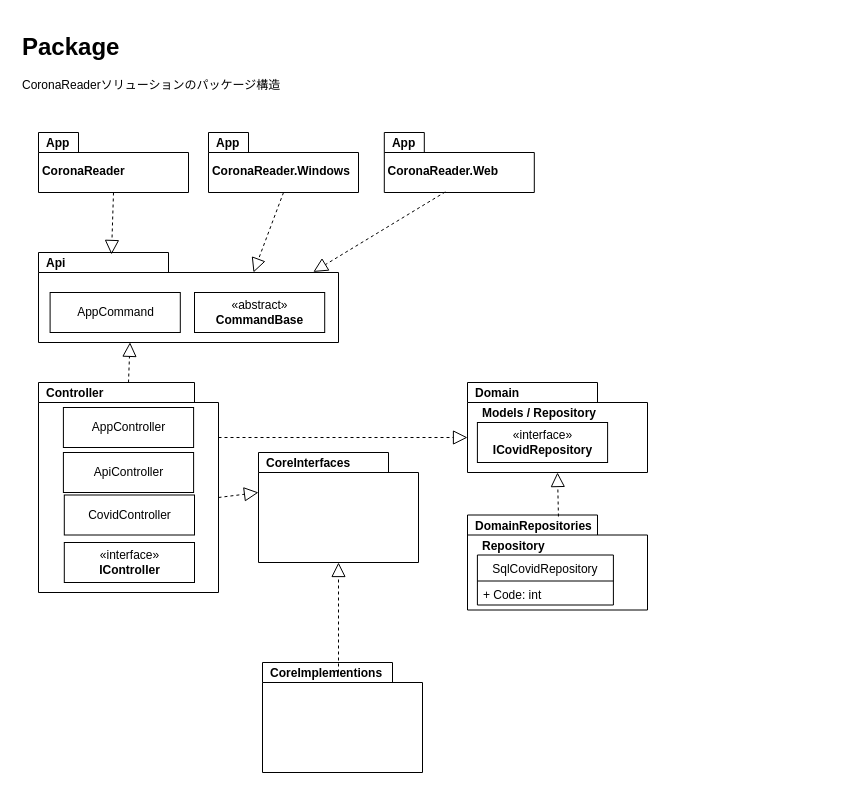
Above: docs/CovidReader.drawio in hidemuu/CovidReader (draw.io), before the change. Source tidied: cells renumbered, new cells numbered last; positions are measured from the earlier drawing's top-left corner, leaving out a move shared by most shapes. Both pictures are drawn from the tidied source at 100%, with x=0, y=0 at pixel (17, 27).
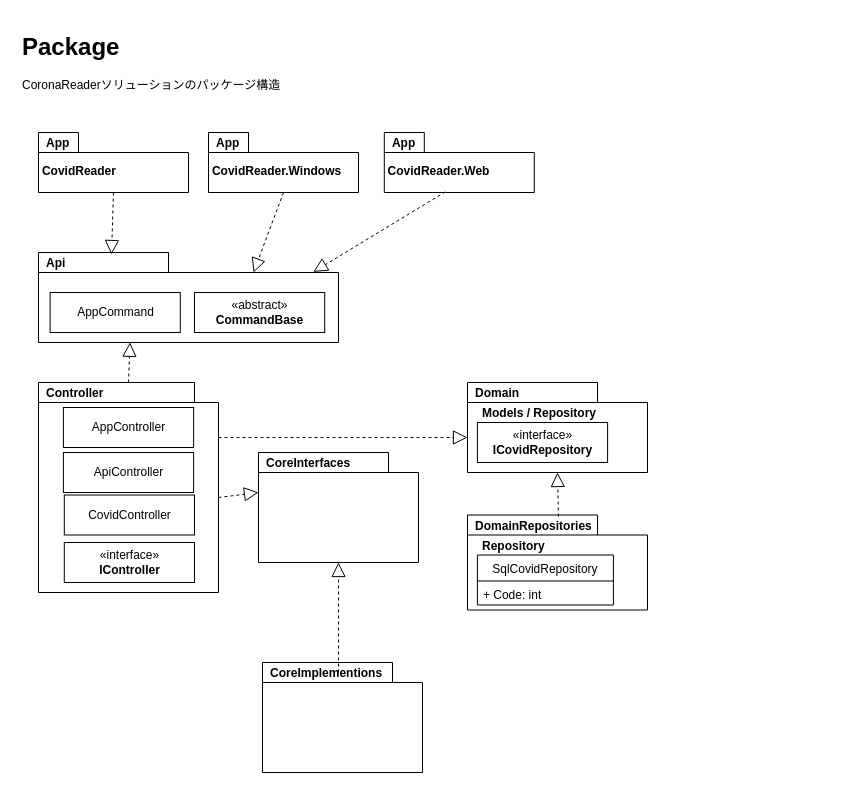
Above is the later version.

Change to the diagram source:
```diff
@@
-    <mxCell id="8" value="CoronaReader" style="text;align=left;fontStyle=1;verticalAlign=middle;spacingLeft=3;spacingRight=3;strokeColor=none;points=[[0,0.5],[1,0.5]];portConstraint=eastwest;" parent="1" vertex="1">
+    <mxCell id="8" value="CovidReader" style="text;align=left;fontStyle=1;verticalAlign=middle;spacingLeft=3;spacingRight=3;strokeColor=none;points=[[0,0.5],[1,0.5]];portConstraint=eastwest;" parent="1" vertex="1">
       <mxGeometry x="19.9" y="125" width="141.2" height="35" as="geometry" />
     </mxCell>
@@
-    <mxCell id="35" value="CoronaReader.Windows" style="text;align=left;fontStyle=1;verticalAlign=middle;spacingLeft=3;spacingRight=3;strokeColor=none;" parent="1" vertex="1">
+    <mxCell id="35" value="CovidReader.Windows" style="text;align=left;fontStyle=1;verticalAlign=middle;spacingLeft=3;spacingRight=3;strokeColor=none;" parent="1" vertex="1">
       <mxGeometry x="189.9" y="125" width="141.2" height="35" as="geometry" />
     </mxCell>
@@
-    <mxCell id="38" value="CoronaReader.Web" style="text;align=left;fontStyle=1;verticalAlign=middle;spacingLeft=3;spacingRight=3;strokeColor=none;" parent="1" vertex="1">
+    <mxCell id="38" value="CovidReader.Web" style="text;align=left;fontStyle=1;verticalAlign=middle;spacingLeft=3;spacingRight=3;strokeColor=none;" parent="1" vertex="1">
       <mxGeometry x="365.6" y="125" width="141.2" height="35" as="geometry" />
     </mxCell>
```
